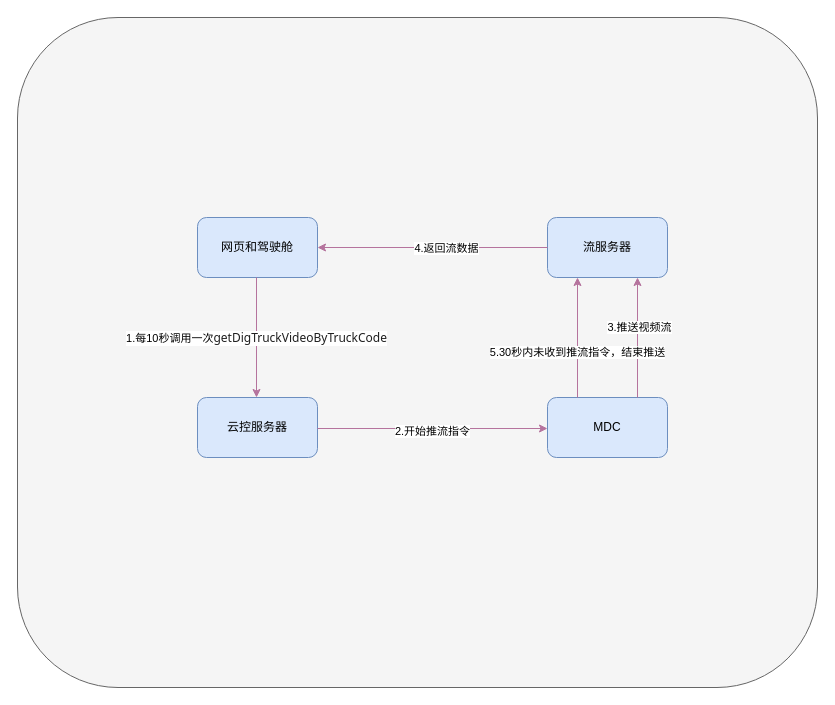
Above: 远程驾驶视频推流流程图.drawio in xiaoleli/diagrams (draw.io), before the change. Source tidied: cells renumbered, new cells numbered last; positions are measured from the earlier drawing's top-left corner, leaving out a move shared by most shapes. Both pictures are drawn from the tidied source at 100%, with x=0, y=0 at pixel (17, 17).
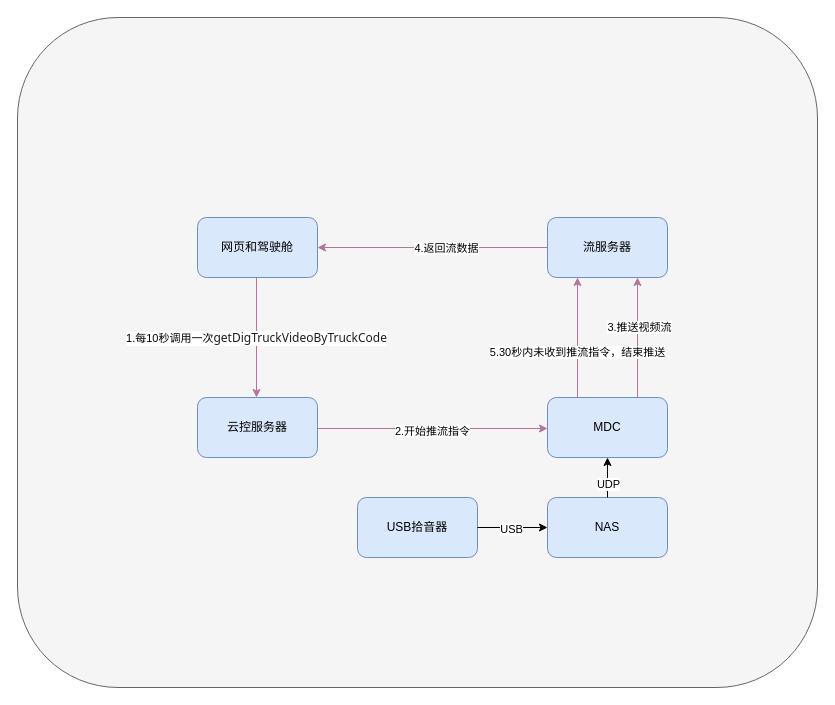
After the change.

Commit message:
更新远程驾驶视频推流流程图.drawio

Unchanged cells that the change refers to:
```xml
<mxCell id="5" value="MDC" style="rounded=1;whiteSpace=wrap;html=1;fillColor=#dae8fc;strokeColor=#6c8ebf;" parent="1" vertex="1">
  <mxGeometry x="530" y="380" width="120" height="60" as="geometry" />
</mxCell>
```

The edit, as a diff of the source:
```diff
@@
+    <mxCell id="17" value="NAS" style="rounded=1;whiteSpace=wrap;html=1;fillColor=#dae8fc;strokeColor=#6c8ebf;" parent="1" vertex="1">
+      <mxGeometry x="530" y="480" width="120" height="60" as="geometry" />
+    </mxCell>
+    <mxCell id="18" value="USB拾音器" style="rounded=1;whiteSpace=wrap;html=1;fillColor=#dae8fc;strokeColor=#6c8ebf;" parent="1" vertex="1">
+      <mxGeometry x="340" y="480" width="120" height="60" as="geometry" />
+    </mxCell>
+    <mxCell id="19" style="endArrow=classic;html=1;rounded=0;defaultLabelBackgroundColor=page;exitX=1;exitY=0.5;exitDx=0;exitDy=0;" parent="1" edge="1" source="18" target="17">
+      <mxGeometry relative="1" as="geometry" />
+    </mxCell>
+    <mxCell id="20" value="USB" style="edgeLabel;html=1;align=center;verticalAlign=middle;inheritText=1;defaultLabelBackgroundColor=page;" parent="19" vertex="1">
+      <mxGeometry x="-0.06" y="-1" relative="1" as="geometry" />
+    </mxCell>
+    <mxCell id="21" style="endArrow=classic;html=1;rounded=0;defaultLabelBackgroundColor=page;exitX=0.5;exitY=0;exitDx=0;exitDy=0;entryX=0.5;entryY=1;entryDx=0;entryDy=0;" parent="1" edge="1" source="17" target="5">
+      <mxGeometry relative="1" as="geometry" />
+    </mxCell>
+    <mxCell id="22" value="UDP" style="edgeLabel;html=1;align=center;verticalAlign=middle;inheritText=1;defaultLabelBackgroundColor=page;" parent="21" vertex="1">
+      <mxGeometry x="-0.28" relative="1" as="geometry" />
+    </mxCell>
```
